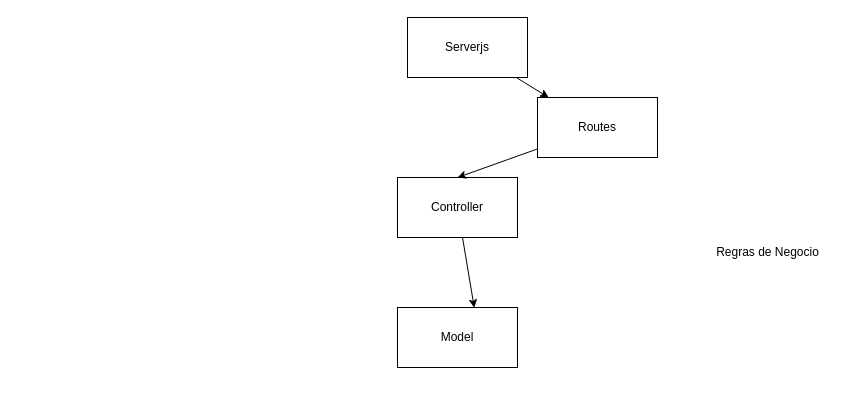
The draw.io diagram documentacao/arquitetura.drawio in marciogferreira/fs007, before the edit. Source tidied: cells renumbered, new cells numbered last; positions are measured from the earlier drawing's top-left corner, leaving out a move shared by most shapes. Both pictures are drawn from the tidied source at 100%, with x=0, y=0 at pixel (397, 17).
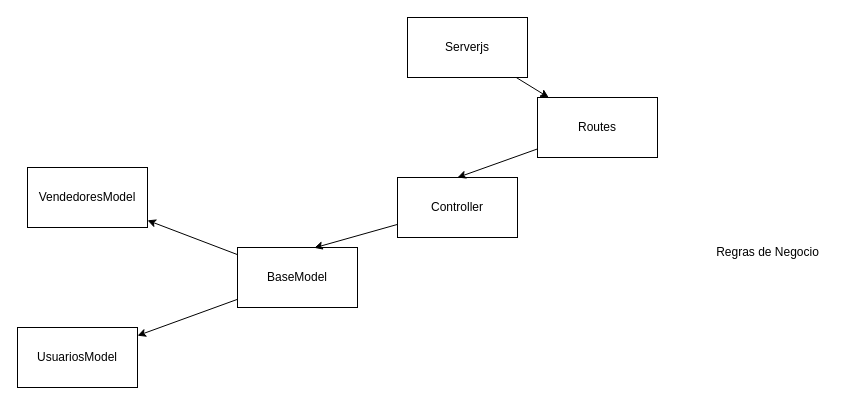
The same diagram, later.

The edit, as a diff of the source:
```diff
@@
 <mxGraphModel>
   <root>
     <mxCell id="0" />
     <mxCell id="1" parent="0" />
+    <mxCell id="10" style="edgeStyle=none;html=1;" parent="1" edge="1" source="2" target="12">
+      <mxGeometry relative="1" as="geometry" />
+    </mxCell>
+    <mxCell id="11" style="edgeStyle=none;html=1;" parent="1" edge="1" source="2" target="13">
+      <mxGeometry relative="1" as="geometry" />
+    </mxCell>
-    <mxCell id="2" value="Model" style="rounded=0;whiteSpace=wrap;html=1;" parent="1" vertex="1">
-      <mxGeometry y="290" width="120" height="60" as="geometry" />
+    <mxCell id="2" value="BaseModel" style="rounded=0;whiteSpace=wrap;html=1;" parent="1" vertex="1">
+      <mxGeometry x="-160" y="230" width="120" height="60" as="geometry" />
     </mxCell>
     <mxCell id="3" style="edgeStyle=none;html=1;entryX=0.64;entryY=0.006;entryDx=0;entryDy=0;entryPerimeter=0;" parent="1" edge="1" source="4" target="2">
       <mxGeometry relative="1" as="geometry" />
     </mxCell>
     <mxCell id="4" value="Controller" style="rounded=0;whiteSpace=wrap;html=1;" parent="1" vertex="1">
       <mxGeometry y="160" width="120" height="60" as="geometry" />
     </mxCell>
     <mxCell id="5" style="edgeStyle=none;html=1;entryX=0.5;entryY=0;entryDx=0;entryDy=0;" parent="1" edge="1" source="6" target="4">
       <mxGeometry relative="1" as="geometry" />
     </mxCell>
     <mxCell id="6" value="Routes" style="rounded=0;whiteSpace=wrap;html=1;" parent="1" vertex="1">
       <mxGeometry x="140" y="80" width="120" height="60" as="geometry" />
     </mxCell>
     <mxCell id="7" style="edgeStyle=none;html=1;" parent="1" edge="1" source="8" target="6">
       <mxGeometry relative="1" as="geometry" />
     </mxCell>
     <mxCell id="8" value="Serverjs" style="rounded=0;whiteSpace=wrap;html=1;" parent="1" vertex="1">
       <mxGeometry x="10" width="120" height="60" as="geometry" />
     </mxCell>
     <mxCell id="9" value="Regras de Negocio" style="text;html=1;align=center;verticalAlign=middle;strokeColor=none;fillColor=none;" parent="1" vertex="1">
       <mxGeometry x="305" y="220" width="130" height="30" as="geometry" />
     </mxCell>
+    <mxCell id="12" value="VendedoresModel" style="rounded=0;whiteSpace=wrap;html=1;" parent="1" vertex="1">
+      <mxGeometry x="-370" y="150" width="120" height="60" as="geometry" />
+    </mxCell>
+    <mxCell id="13" value="UsuariosModel" style="rounded=0;whiteSpace=wrap;html=1;" parent="1" vertex="1">
+      <mxGeometry x="-380" y="310" width="120" height="60" as="geometry" />
+    </mxCell>
   </root>
 </mxGraphModel>
```
